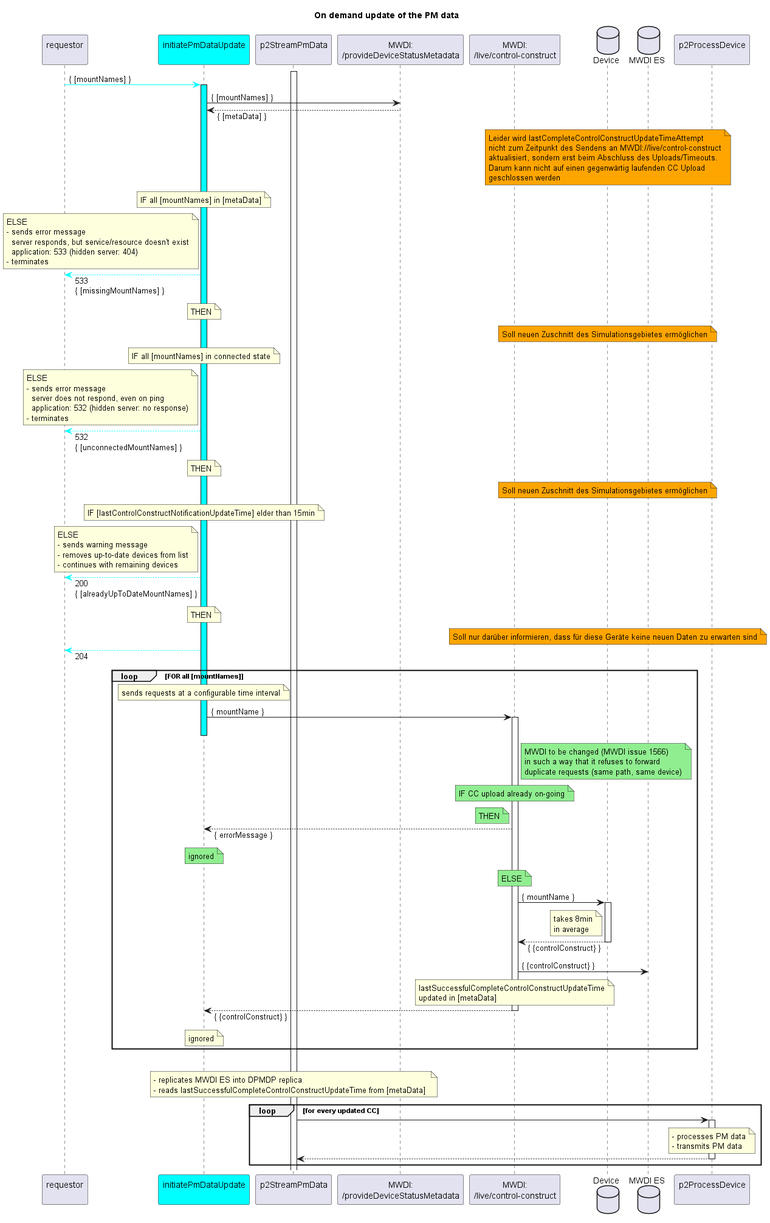
Above: spec/additionalDocumentation/onDemandUpdate/diagrams/onDemandUpdate.png in openBackhaul/DevicePerformanceManagementDataProcessor (PlantUML), before the change.
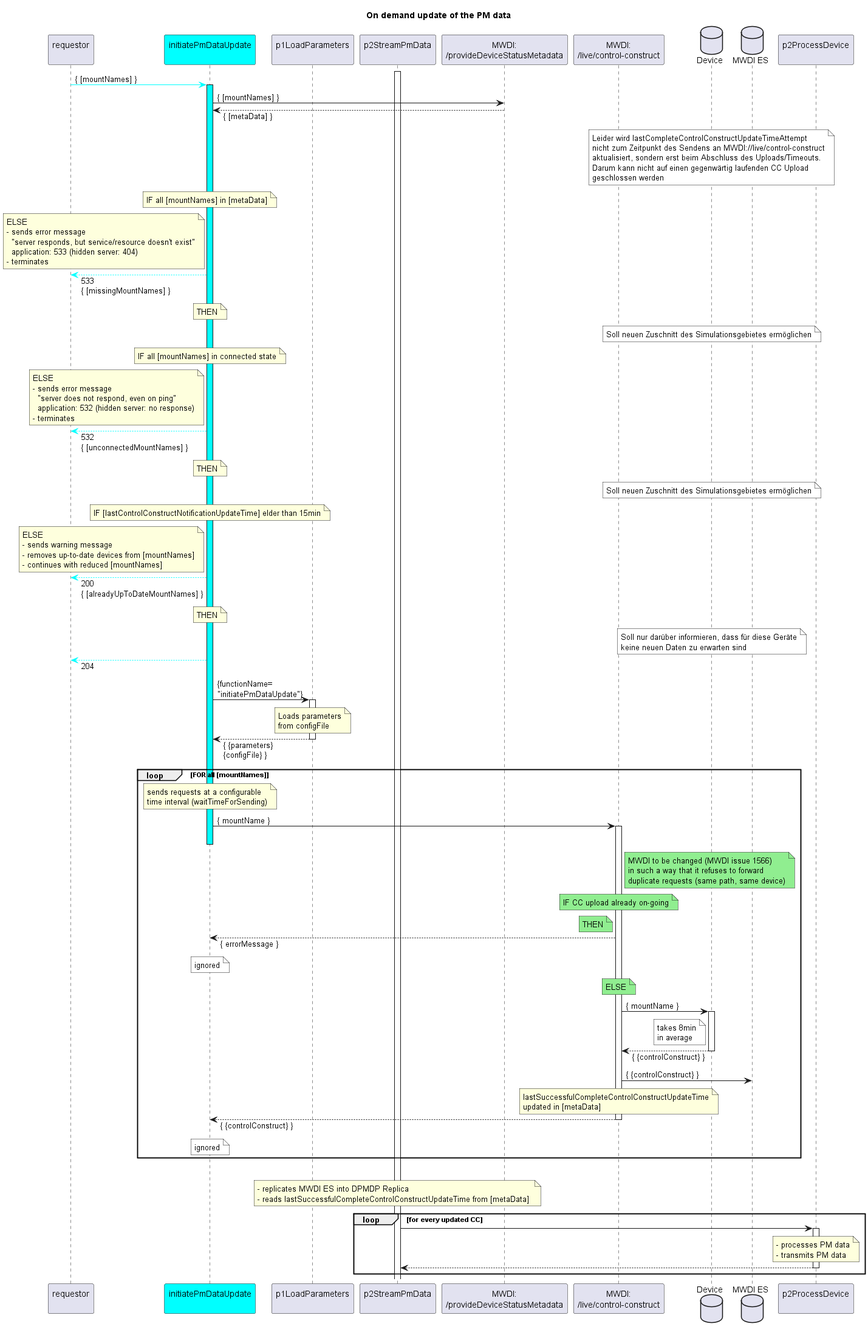
The same diagram one commit later.

Diff of the diagram source:
```diff
@@ -7,6 +7,7 @@
 
 participant "requestor\n" as tool
 participant "initiatePmDataUpdate\n" as initUpdate #Cyan
+participant "p1LoadParameters\n" as p1LoadParams
 participant "p2StreamPmData\n" as p2StreamPm
 participant "MWDI:\n/provideDeviceStatusMetadata" as mwdiMeta
 participant "MWDI:\n/live/control-construct" as mwdiLive
@@ -22,7 +23,7 @@
   initUpdate -> mwdiMeta : { [mountNames] }
   initUpdate <-- mwdiMeta : { [metaData] }
 
-  note over device #Orange
+  note over device #White
     Leider wird lastCompleteControlConstructUpdateTimeAttempt
     nicht zum Zeitpunkt des Sendens an MWDI://live/control-construct
     aktualisiert, sondern erst beim Abschluss des Uploads/Timeouts.
@@ -36,7 +37,7 @@
   note left initUpdate
     ELSE
     - sends error message
-      server responds, but service/resource doesn't exist
+      "server responds, but service/resource doesn't exist"
       application: 533 (hidden server: 404)
     - terminates
   end note
@@ -44,7 +45,7 @@
   note over initUpdate
     THEN
   end note
-  note over device #Orange
+  note over device #White
     Soll neuen Zuschnitt des Simulationsgebietes ermöglichen
   end note
 
@@ -54,7 +55,7 @@
   note left initUpdate
     ELSE
     - sends error message
-      server does not respond, even on ping
+      "server does not respond, even on ping"
       application: 532 (hidden server: no response)
     - terminates
   end note
@@ -62,7 +63,7 @@
   note over initUpdate
     THEN
   end note
-  note over device #Orange
+  note over device #White
     Soll neuen Zuschnitt des Simulationsgebietes ermöglichen
   end note
 
@@ -72,22 +73,33 @@
   note left initUpdate
     ELSE
     - sends warning message
-    - removes up-to-date devices from list
-    - continues with remaining devices
+    - removes up-to-date devices from [mountNames]
+    - continues with reduced [mountNames]
   end note
   tool <-[#Cyan]- initUpdate : 200\n{ [alreadyUpToDateMountNames] }
   note over initUpdate
     THEN
   end note
-  note over device #Orange
-    Soll nur darüber informieren, dass für diese Geräte keine neuen Daten zu erwarten sind
+  note over device #White
+    Soll nur darüber informieren, dass für diese Geräte
+    keine neuen Daten zu erwarten sind
   end note
   tool <-[#Cyan]- initUpdate : 204
+
+  initUpdate -> p1LoadParams : {functionName=\n"initiatePmDataUpdate"}
+  activate p1LoadParams
+    note over p1LoadParams
+      Loads parameters
+      from configFile
+    end note
+  initUpdate <-- p1LoadParams : { {parameters}\n{configFile} }
+  deactivate p1LoadParams
 
   loop FOR all [mountNames]
 
     note over initUpdate
-      sends requests at a configurable time interval
+      sends requests at a configurable
+      time interval (waitTimeForSending)
     end note
 
     initUpdate -> mwdiLive : { mountName }
@@ -109,7 +121,7 @@
         THEN
       end note
       initUpdate <-- mwdiLive : { errorMessage }
-      note over initUpdate #LightGreen
+      note over initUpdate #White
         ignored
       end note
 
@@ -120,7 +132,7 @@
       mwdiLive -> device : { mountName }
       activate device
 
-          note left device
+          note left device #White
             takes 8min
             in average
           end note
@@ -138,7 +150,7 @@
     initUpdate <-- mwdiLive : { {controlConstruct} }
     deactivate mwdiLive
 
-    note over initUpdate
+    note over initUpdate #White
       ignored
     end note
 
@@ -147,7 +159,7 @@
   loop endless
 
     note over p2StreamPm
-      - replicates MWDI ES into DPMDP replica
+      - replicates MWDI ES into DPMDP Replica
       - reads lastSuccessfulCompleteControlConstructUpdateTime from [metaData]
     end note
 
```
